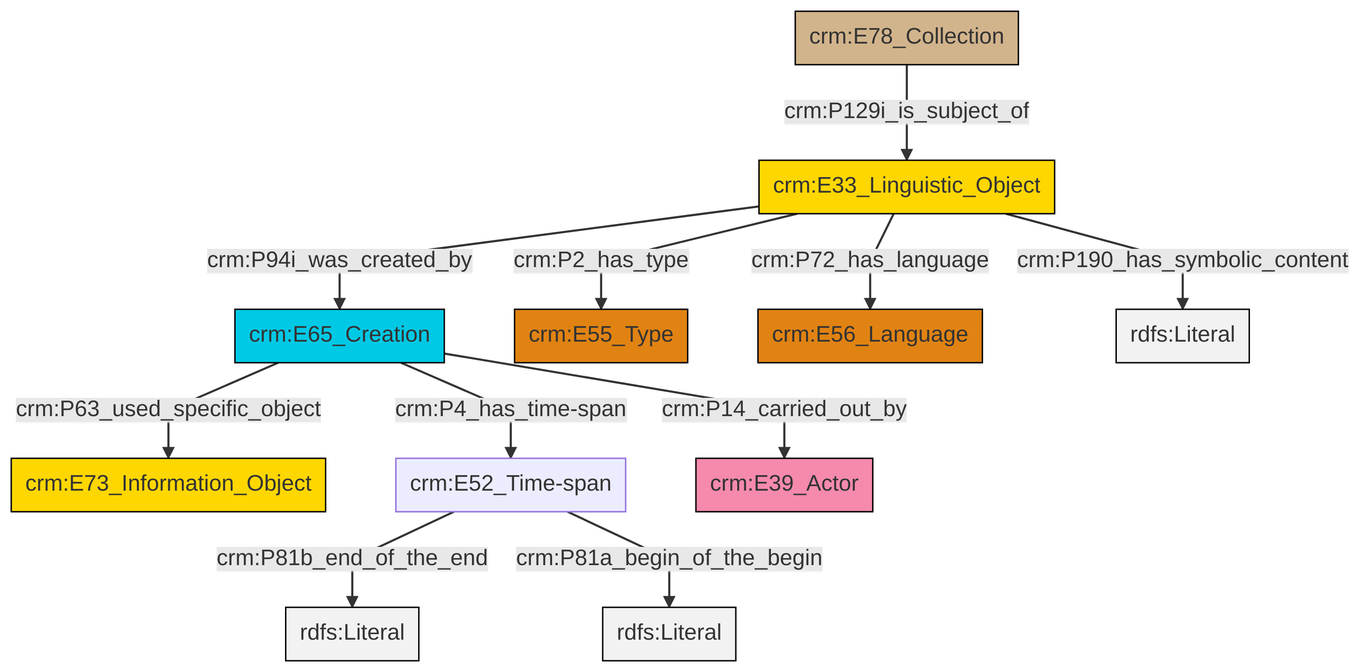
Above: et/archivalCSV/ttl/mmd/png/archival_desc.png in swiss-art-research-net/docs.swissartresearch (Mermaid), before the change. Its source is kept beside it as et/archivalCSV/ttl/mmd/archival_desc.ttl.mmd.
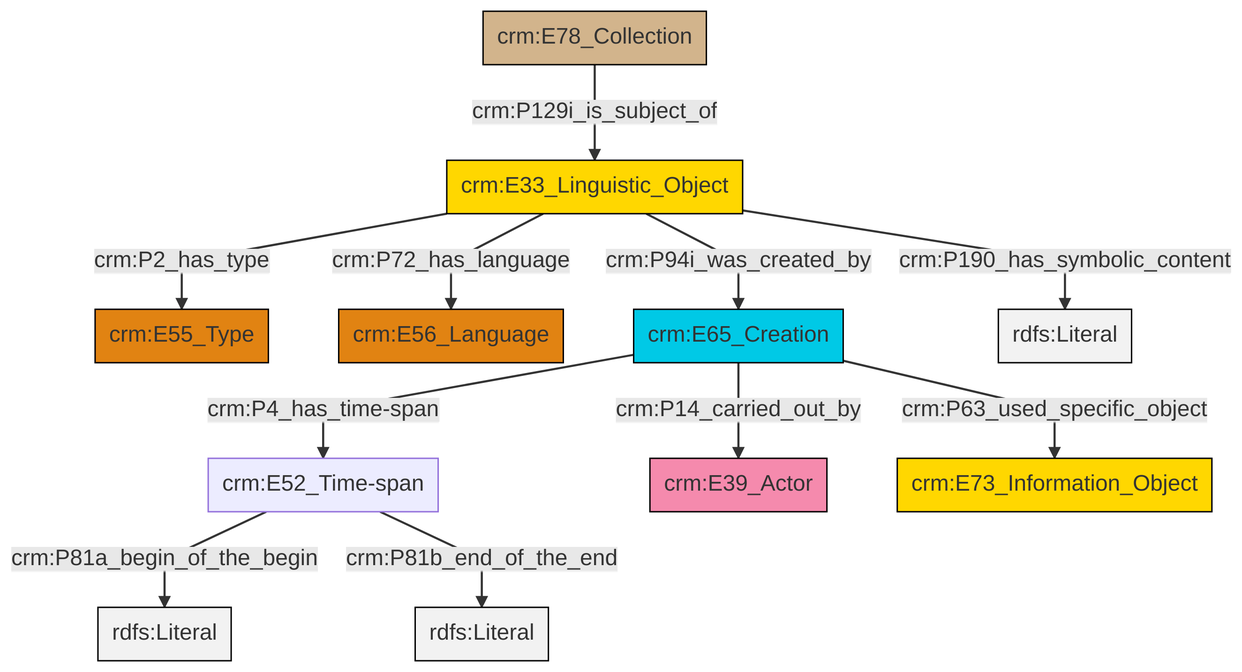
After the change.

Change to the diagram source:
```diff
@@ -13,13 +13,13 @@
 classDef PC_Classes fill:#4ce600, stroke:#000000;
 classDef Multi fill:#cccccc,stroke:#000000;
 
-0["crm:E65_Creation"]:::Temporal_Entity -->|crm:P63_used_specific_object| 1["crm:E73_Information_Object"]:::Conceptual_Object
-2["crm:E33_Linguistic_Object"]:::Conceptual_Object -->|crm:P94i_was_created_by| 0["crm:E65_Creation"]:::Temporal_Entity
-0["crm:E65_Creation"]:::Temporal_Entity -->|crm:P4_has_time-span| 3["crm:E52_Time-span"]:::Default
-5["crm:E78_Collection"]:::Physical_Thing -->|crm:P129i_is_subject_of| 2["crm:E33_Linguistic_Object"]:::Conceptual_Object
-2["crm:E33_Linguistic_Object"]:::Conceptual_Object -->|crm:P2_has_type| 6["crm:E55_Type"]:::Type
-2["crm:E33_Linguistic_Object"]:::Conceptual_Object -->|crm:P190_has_symbolic_content| 12[rdfs:Literal]:::Literal
-0["crm:E65_Creation"]:::Temporal_Entity -->|crm:P14_carried_out_by| 7["crm:E39_Actor"]:::Actor
-3["crm:E52_Time-span"]:::Default -->|crm:P81b_end_of_the_end| 14[rdfs:Literal]:::Literal
-2["crm:E33_Linguistic_Object"]:::Conceptual_Object -->|crm:P72_has_language| 10["crm:E56_Language"]:::Type
-3["crm:E52_Time-span"]:::Default -->|crm:P81a_begin_of_the_begin| 17[rdfs:Literal]:::Literal
+4["crm:E33_Linguistic_Object"]:::Conceptual_Object -->|crm:P2_has_type| 0["crm:E55_Type"]:::Type
+5["crm:E65_Creation"]:::Temporal_Entity -->|crm:P4_has_time-span| 6["crm:E52_Time-span"]:::Default
+7["crm:E78_Collection"]:::Physical_Thing -->|crm:P129i_is_subject_of| 4["crm:E33_Linguistic_Object"]:::Conceptual_Object
+4["crm:E33_Linguistic_Object"]:::Conceptual_Object -->|crm:P72_has_language| 2["crm:E56_Language"]:::Type
+6["crm:E52_Time-span"]:::Default -->|crm:P81a_begin_of_the_begin| 8[rdfs:Literal]:::Literal
+5["crm:E65_Creation"]:::Temporal_Entity -->|crm:P14_carried_out_by| 9["crm:E39_Actor"]:::Actor
+4["crm:E33_Linguistic_Object"]:::Conceptual_Object -->|crm:P94i_was_created_by| 5["crm:E65_Creation"]:::Temporal_Entity
+4["crm:E33_Linguistic_Object"]:::Conceptual_Object -->|crm:P190_has_symbolic_content| 12[rdfs:Literal]:::Literal
+5["crm:E65_Creation"]:::Temporal_Entity -->|crm:P63_used_specific_object| 16["crm:E73_Information_Object"]:::Conceptual_Object
+6["crm:E52_Time-span"]:::Default -->|crm:P81b_end_of_the_end| 18[rdfs:Literal]:::Literal
```
